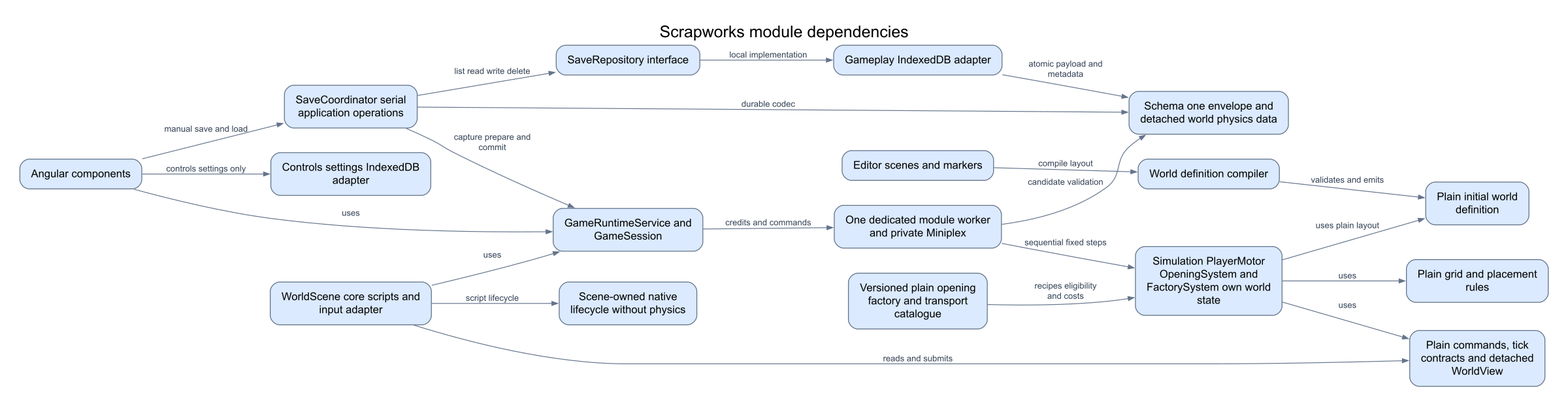
This is docs/diagrams/module-dependencies.png from Googlproxer/Scrapworks, a Mermaid export, as it was before one commit. Its source is kept beside it as docs/diagrams/src/module-dependencies.mmd.
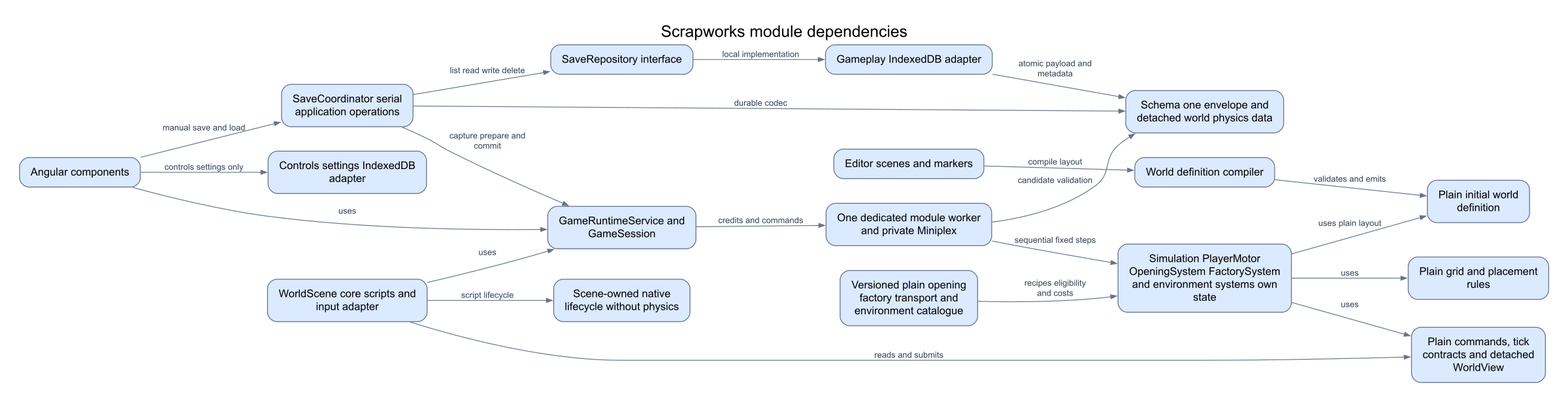
The same diagram one commit later.

What changed in the source:
```diff
@@ -6,8 +6,8 @@
     Compiler[World definition compiler]
     Definition[Plain initial world definition]
     Application[GameRuntimeService and GameSession]
-    Simulation[Simulation PlayerMotor OpeningSystem and FactorySystem own world state]
-    Content[Versioned plain opening factory and transport catalogue]
+    Simulation[Simulation PlayerMotor OpeningSystem FactorySystem and environment systems own state]
+    Content[Versioned plain opening factory transport and environment catalogue]
     Grid[Plain grid and placement rules]
     Model[Plain commands, tick contracts and detached WorldView]
     Settings[Controls settings IndexedDB adapter]
```
